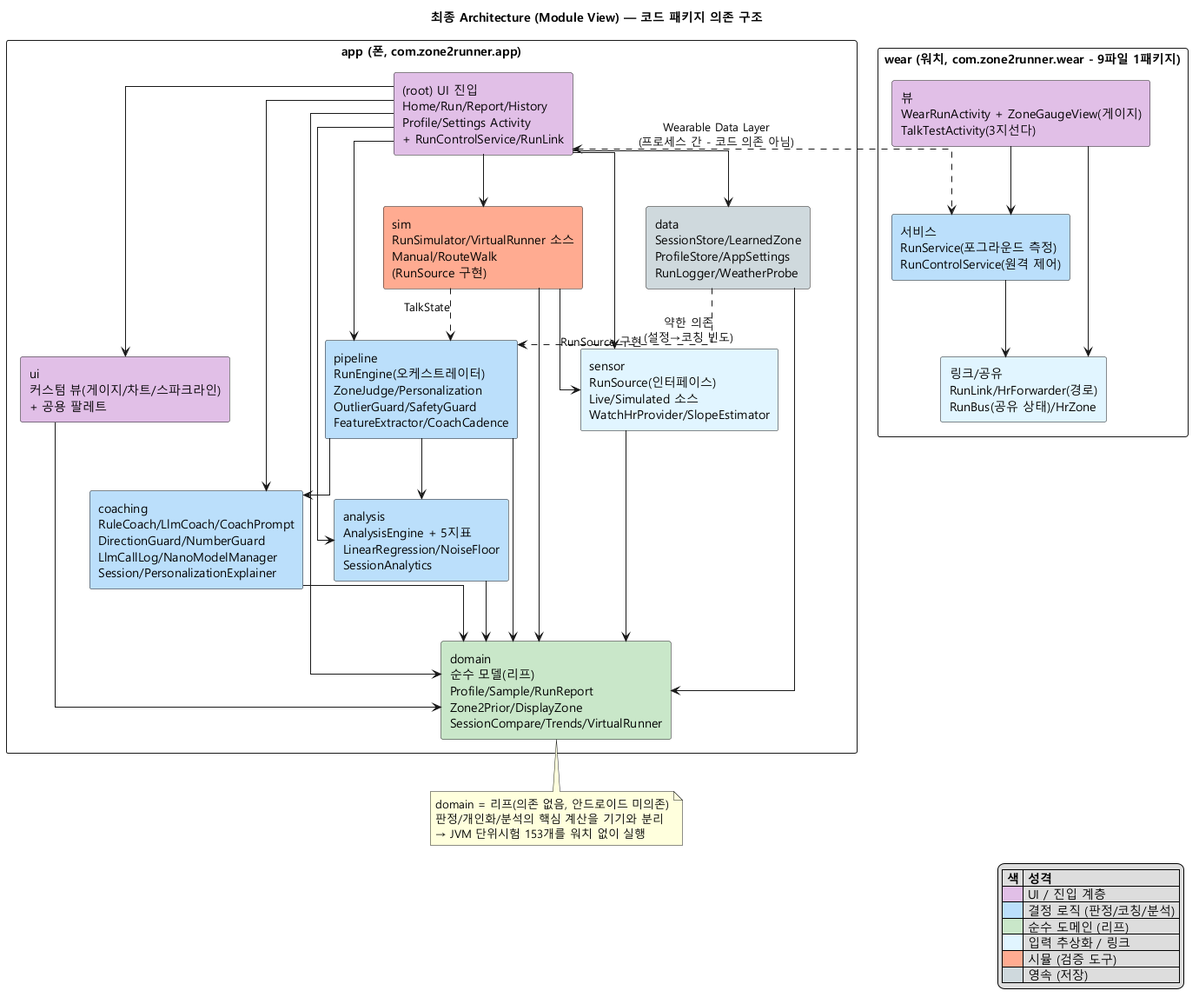
tenyearslove/zone2runner keeps this PlantUML diagram as docs/img/04-module-view.png. Above is the earlier version.
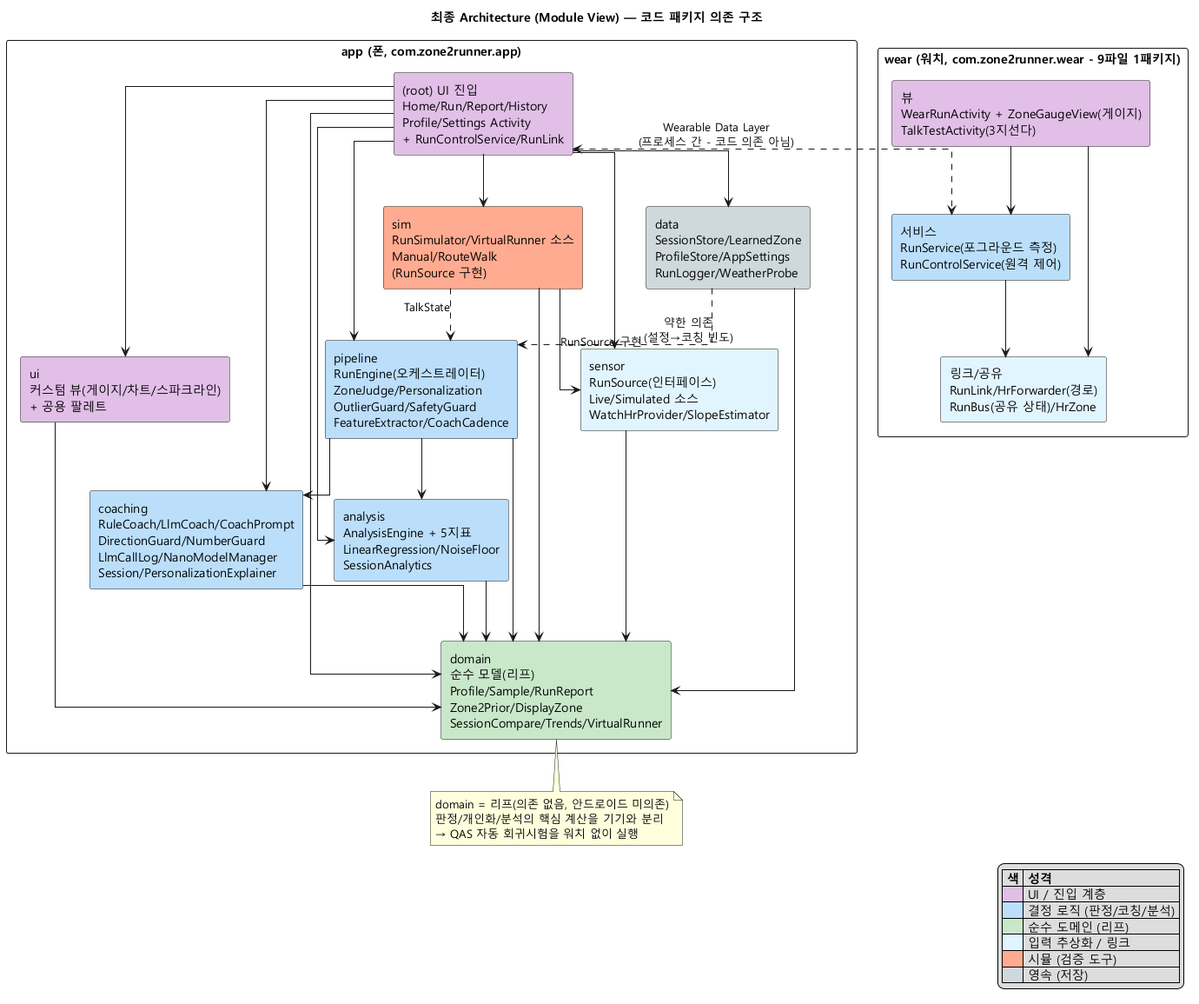
After the change.

Change to the diagram source:
```diff
@@ -53,7 +53,7 @@
 note bottom of DOM
   domain = 리프(의존 없음, 안드로이드 미의존)
   판정/개인화/분석의 핵심 계산을 기기와 분리
-  → JVM 단위시험 153개를 워치 없이 실행
+  → QAS 자동 회귀시험을 워치 없이 실행
 end note
 
 legend right
```
